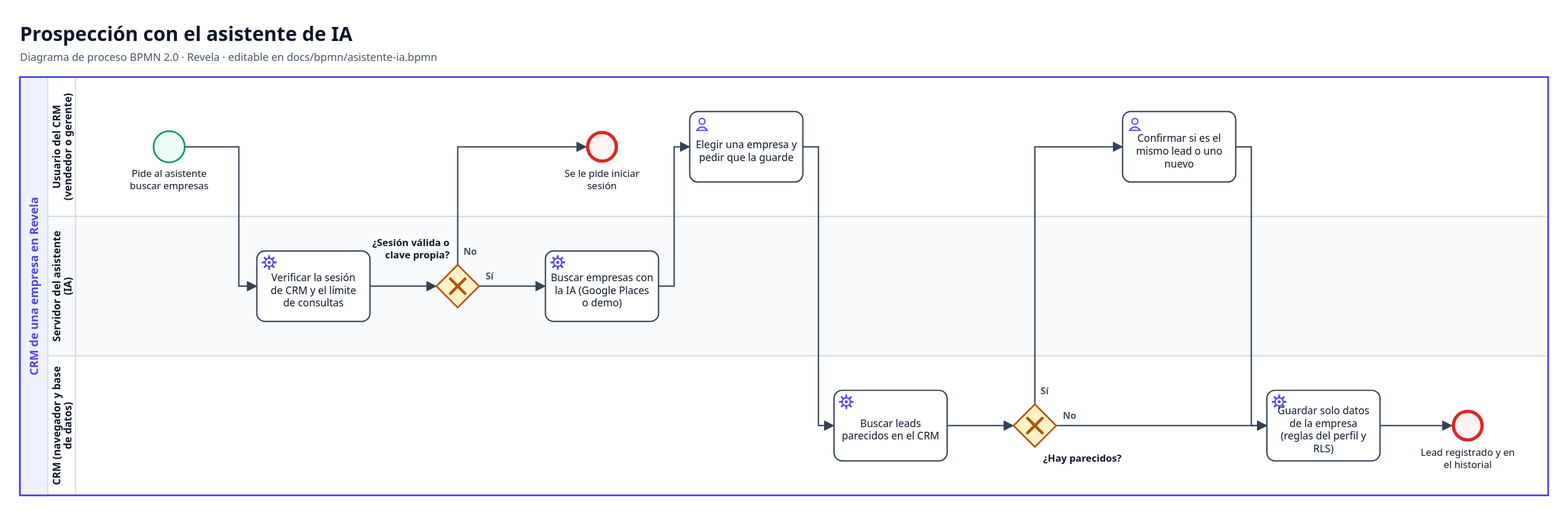
Before: docs/bpmn/asistente-ia.svg, a diagram exported from BPMN (YairCosta/CAPSTONE_003D). Its source is kept beside it as docs/bpmn/asistente-ia.bpmn. Ids are renumbered. Source of this version:
```xml
<bpmn:definitions xmlns:bpmn="http://www.omg.org/spec/BPMN/20100524/MODEL" xmlns:bpmndi="http://www.omg.org/spec/BPMN/20100524/DI" xmlns:dc="http://www.omg.org/spec/DD/20100524/DC" xmlns:di="http://www.omg.org/spec/DD/20100524/DI" xmlns:xsi="http://www.w3.org/2001/XMLSchema-instance" id="Definiciones_asistente-ia" targetNamespace="https://revela.cl/bpmn" exporter="Revela (scripts/generar-bpmn.mjs)" exporterVersion="1.0">
  <bpmn:collaboration id="Colaboracion_asistente-ia">
    <bpmn:documentation>Prospección con el asistente de IA</bpmn:documentation>
    <bpmn:participant id="Participante_asistente-ia" name="CRM de una empresa en Revela" processRef="Proceso_asistente-ia" />
  </bpmn:collaboration>
  <bpmn:process id="Proceso_asistente-ia" name="Prospección con el asistente de IA" isExecutable="false">
    <bpmn:laneSet id="Carriles_asistente-ia">
      <bpmn:lane id="Carril_usuario" name="Usuario del CRM (vendedor o gerente)">
        <bpmn:flowNodeRef>Nodo_pide</bpmn:flowNodeRef>
        <bpmn:flowNodeRef>Nodo_sinSesion</bpmn:flowNodeRef>
        <bpmn:flowNodeRef>Nodo_elegir</bpmn:flowNodeRef>
        <bpmn:flowNodeRef>Nodo_confirmar</bpmn:flowNodeRef>
      </bpmn:lane>
      <bpmn:lane id="Carril_servidor" name="Servidor del asistente (IA)">
        <bpmn:flowNodeRef>Nodo_verificar</bpmn:flowNodeRef>
        <bpmn:flowNodeRef>Nodo_gSesion</bpmn:flowNodeRef>
        <bpmn:flowNodeRef>Nodo_buscar</bpmn:flowNodeRef>
      </bpmn:lane>
      <bpmn:lane id="Carril_crm" name="CRM (navegador y base de datos)">
        <bpmn:flowNodeRef>Nodo_duplicados</bpmn:flowNodeRef>
        <bpmn:flowNodeRef>Nodo_gParecidos</bpmn:flowNodeRef>
        <bpmn:flowNodeRef>Nodo_guardar</bpmn:flowNodeRef>
        <bpmn:flowNodeRef>Nodo_registrado</bpmn:flowNodeRef>
      </bpmn:lane>
    </bpmn:laneSet>
    <bpmn:startEvent id="Nodo_pide" name="Pide al asistente buscar empresas">
      <bpmn:outgoing>Flujo_1</bpmn:outgoing>
    </bpmn:startEvent>
    <bpmn:serviceTask id="Nodo_verificar" name="Verificar la sesión de CRM y el límite de consultas">
      <bpmn:incoming>Flujo_1</bpmn:incoming>
      <bpmn:outgoing>Flujo_2</bpmn:outgoing>
    </bpmn:serviceTask>
    <bpmn:exclusiveGateway id="Nodo_gSesion" name="¿Sesión válida o clave propia?">
      <bpmn:incoming>Flujo_2</bpmn:incoming>
      <bpmn:outgoing>Flujo_3</bpmn:outgoing>
      <bpmn:outgoing>Flujo_4</bpmn:outgoing>
    </bpmn:exclusiveGateway>
    <bpmn:endEvent id="Nodo_sinSesion" name="Se le pide iniciar sesión">
      <bpmn:incoming>Flujo_3</bpmn:incoming>
    </bpmn:endEvent>
    <bpmn:serviceTask id="Nodo_buscar" name="Buscar empresas con la IA (Google Places o demo)">
      <bpmn:incoming>Flujo_4</bpmn:incoming>
      <bpmn:outgoing>Flujo_5</bpmn:outgoing>
    </bpmn:serviceTask>
    <bpmn:userTask id="Nodo_elegir" name="Elegir una empresa y pedir que la guarde">
      <bpmn:incoming>Flujo_5</bpmn:incoming>
      <bpmn:outgoing>Flujo_6</bpmn:outgoing>
    </bpmn:userTask>
    <bpmn:serviceTask id="Nodo_duplicados" name="Buscar leads parecidos en el CRM">
      <bpmn:incoming>Flujo_6</bpmn:incoming>
      <bpmn:outgoing>Flujo_7</bpmn:outgoing>
    </bpmn:serviceTask>
    <bpmn:exclusiveGateway id="Nodo_gParecidos" name="¿Hay parecidos?">
      <bpmn:incoming>Flujo_7</bpmn:incoming>
      <bpmn:outgoing>Flujo_8</bpmn:outgoing>
      <bpmn:outgoing>Flujo_9</bpmn:outgoing>
    </bpmn:exclusiveGateway>
    <bpmn:userTask id="Nodo_confirmar" name="Confirmar si es el mismo lead o uno nuevo">
      <bpmn:incoming>Flujo_8</bpmn:incoming>
      <bpmn:outgoing>Flujo_10</bpmn:outgoing>
    </bpmn:userTask>
    <bpmn:serviceTask id="Nodo_guardar" name="Guardar solo datos de la empresa (reglas del perfil y RLS)">
      <bpmn:incoming>Flujo_9</bpmn:incoming>
      <bpmn:incoming>Flujo_10</bpmn:incoming>
      <bpmn:outgoing>Flujo_11</bpmn:outgoing>
    </bpmn:serviceTask>
    <bpmn:endEvent id="Nodo_registrado" name="Lead registrado y en el historial">
      <bpmn:incoming>Flujo_11</bpmn:incoming>
    </bpmn:endEvent>
    <bpmn:sequenceFlow id="Flujo_1" sourceRef="Nodo_pide" targetRef="Nodo_verificar" />
    <bpmn:sequenceFlow id="Flujo_2" sourceRef="Nodo_verificar" targetRef="Nodo_gSesion" />
    <bpmn:sequenceFlow id="Flujo_3" name="No" sourceRef="Nodo_gSesion" targetRef="Nodo_sinSesion" />
    <bpmn:sequenceFlow id="Flujo_4" name="Sí" sourceRef="Nodo_gSesion" targetRef="Nodo_buscar" />
    <bpmn:sequenceFlow id="Flujo_5" sourceRef="Nodo_buscar" targetRef="Nodo_elegir" />
    <bpmn:sequenceFlow id="Flujo_6" sourceRef="Nodo_elegir" targetRef="Nodo_duplicados" />
    <bpmn:sequenceFlow id="Flujo_7" sourceRef="Nodo_duplicados" targetRef="Nodo_gParecidos" />
    <bpmn:sequenceFlow id="Flujo_8" name="Sí" sourceRef="Nodo_gParecidos" targetRef="Nodo_confirmar" />
    <bpmn:sequenceFlow id="Flujo_9" name="No" sourceRef="Nodo_gParecidos" targetRef="Nodo_guardar" />
    <bpmn:sequenceFlow id="Flujo_10" sourceRef="Nodo_confirmar" targetRef="Nodo_guardar" />
    <bpmn:sequenceFlow id="Flujo_11" sourceRef="Nodo_guardar" targetRef="Nodo_registrado" />
  </bpmn:process>
  <bpmndi:BPMNDiagram id="Diagrama_asistente-ia">
    <bpmndi:BPMNPlane id="Plano_asistente-ia" bpmnElement="Colaboracion_asistente-ia">
      <bpmndi:BPMNShape id="Participante_asistente-ia_di" bpmnElement="Participante_asistente-ia" isHorizontal="true">
        <dc:Bounds x="24" y="94" width="1864" height="510" />
      </bpmndi:BPMNShape>
      <bpmndi:BPMNShape id="Carril_usuario_di" bpmnElement="Carril_usuario" isHorizontal="true">
        <dc:Bounds x="58" y="94" width="1830" height="170" />
      </bpmndi:BPMNShape>
      <bpmndi:BPMNShape id="Carril_servidor_di" bpmnElement="Carril_servidor" isHorizontal="true">
        <dc:Bounds x="58" y="264" width="1830" height="170" />
      </bpmndi:BPMNShape>
      <bpmndi:BPMNShape id="Carril_crm_di" bpmnElement="Carril_crm" isHorizontal="true">
        <dc:Bounds x="58" y="434" width="1830" height="170" />
      </bpmndi:BPMNShape>
      <bpmndi:BPMNShape id="Nodo_pide_di" bpmnElement="Nodo_pide">
        <dc:Bounds x="187" y="160" width="38" height="38" />
        <bpmndi:BPMNLabel><dc:Bounds x="149" y="204" width="114" height="32" /></bpmndi:BPMNLabel>
      </bpmndi:BPMNShape>
      <bpmndi:BPMNShape id="Nodo_verificar_di" bpmnElement="Nodo_verificar">
        <dc:Bounds x="313" y="306" width="138" height="86" />
      </bpmndi:BPMNShape>
      <bpmndi:BPMNShape id="Nodo_gSesion_di" bpmnElement="Nodo_gSesion" isMarkerVisible="true">
        <dc:Bounds x="532" y="323" width="52" height="52" />
        <bpmndi:BPMNLabel><dc:Bounds x="440" y="288" width="108" height="32" /></bpmndi:BPMNLabel>
      </bpmndi:BPMNShape>
      <bpmndi:BPMNShape id="Nodo_sinSesion_di" bpmnElement="Nodo_sinSesion">
        <dc:Bounds x="715" y="160" width="38" height="38" />
        <bpmndi:BPMNLabel><dc:Bounds x="674" y="204" width="121" height="32" /></bpmndi:BPMNLabel>
      </bpmndi:BPMNShape>
      <bpmndi:BPMNShape id="Nodo_buscar_di" bpmnElement="Nodo_buscar">
        <dc:Bounds x="665" y="306" width="138" height="86" />
      </bpmndi:BPMNShape>
      <bpmndi:BPMNShape id="Nodo_elegir_di" bpmnElement="Nodo_elegir">
        <dc:Bounds x="841" y="136" width="138" height="86" />
      </bpmndi:BPMNShape>
      <bpmndi:BPMNShape id="Nodo_duplicados_di" bpmnElement="Nodo_duplicados">
        <dc:Bounds x="1017" y="476" width="138" height="86" />
      </bpmndi:BPMNShape>
      <bpmndi:BPMNShape id="Nodo_gParecidos_di" bpmnElement="Nodo_gParecidos" isMarkerVisible="true">
        <dc:Bounds x="1236" y="493" width="52" height="52" />
        <bpmndi:BPMNLabel><dc:Bounds x="1272" y="551" width="101" height="17" /></bpmndi:BPMNLabel>
      </bpmndi:BPMNShape>
      <bpmndi:BPMNShape id="Nodo_confirmar_di" bpmnElement="Nodo_confirmar">
        <dc:Bounds x="1369" y="136" width="138" height="86" />
      </bpmndi:BPMNShape>
      <bpmndi:BPMNShape id="Nodo_guardar_di" bpmnElement="Nodo_guardar">
        <dc:Bounds x="1545" y="476" width="138" height="86" />
      </bpmndi:BPMNShape>
      <bpmndi:BPMNShape id="Nodo_registrado_di" bpmnElement="Nodo_registrado">
        <dc:Bounds x="1771" y="500" width="38" height="38" />
        <bpmndi:BPMNLabel><dc:Bounds x="1723" y="544" width="134" height="32" /></bpmndi:BPMNLabel>
      </bpmndi:BPMNShape>
      <bpmndi:BPMNEdge id="Flujo_1_di" bpmnElement="Flujo_1">
        <di:waypoint x="225" y="179" />
        <di:waypoint x="291" y="179" />
        <di:waypoint x="291" y="349" />
        <di:waypoint x="313" y="349" />
      </bpmndi:BPMNEdge>
      <bpmndi:BPMNEdge id="Flujo_2_di" bpmnElement="Flujo_2">
        <di:waypoint x="451" y="349" />
        <di:waypoint x="532" y="349" />
      </bpmndi:BPMNEdge>
      <bpmndi:BPMNEdge id="Flujo_3_di" bpmnElement="Flujo_3">
        <di:waypoint x="558" y="323" />
        <di:waypoint x="558" y="179" />
        <di:waypoint x="715" y="179" />
      </bpmndi:BPMNEdge>
      <bpmndi:BPMNEdge id="Flujo_4_di" bpmnElement="Flujo_4">
        <di:waypoint x="584" y="349" />
        <di:waypoint x="665" y="349" />
      </bpmndi:BPMNEdge>
      <bpmndi:BPMNEdge id="Flujo_5_di" bpmnElement="Flujo_5">
        <di:waypoint x="803" y="349" />
        <di:waypoint x="822" y="349" />
        <di:waypoint x="822" y="179" />
        <di:waypoint x="841" y="179" />
      </bpmndi:BPMNEdge>
      <bpmndi:BPMNEdge id="Flujo_6_di" bpmnElement="Flujo_6">
        <di:waypoint x="979" y="179" />
        <di:waypoint x="998" y="179" />
        <di:waypoint x="998" y="519" />
        <di:waypoint x="1017" y="519" />
      </bpmndi:BPMNEdge>
      <bpmndi:BPMNEdge id="Flujo_7_di" bpmnElement="Flujo_7">
        <di:waypoint x="1155" y="519" />
        <di:waypoint x="1236" y="519" />
      </bpmndi:BPMNEdge>
      <bpmndi:BPMNEdge id="Flujo_8_di" bpmnElement="Flujo_8">
        <di:waypoint x="1262" y="493" />
        <di:waypoint x="1262" y="179" />
        <di:waypoint x="1369" y="179" />
      </bpmndi:BPMNEdge>
      <bpmndi:BPMNEdge id="Flujo_9_di" bpmnElement="Flujo_9">
        <di:waypoint x="1288" y="519" />
        <di:waypoint x="1545" y="519" />
      </bpmndi:BPMNEdge>
      <bpmndi:BPMNEdge id="Flujo_10_di" bpmnElement="Flujo_10">
        <di:waypoint x="1507" y="179" />
        <di:waypoint x="1526" y="179" />
        <di:waypoint x="1526" y="519" />
        <di:waypoint x="1545" y="519" />
      </bpmndi:BPMNEdge>
      <bpmndi:BPMNEdge id="Flujo_11_di" bpmnElement="Flujo_11">
        <di:waypoint x="1683" y="519" />
        <di:waypoint x="1771" y="519" />
      </bpmndi:BPMNEdge>
    </bpmndi:BPMNPlane>
  </bpmndi:BPMNDiagram>
</bpmn:definitions>
```
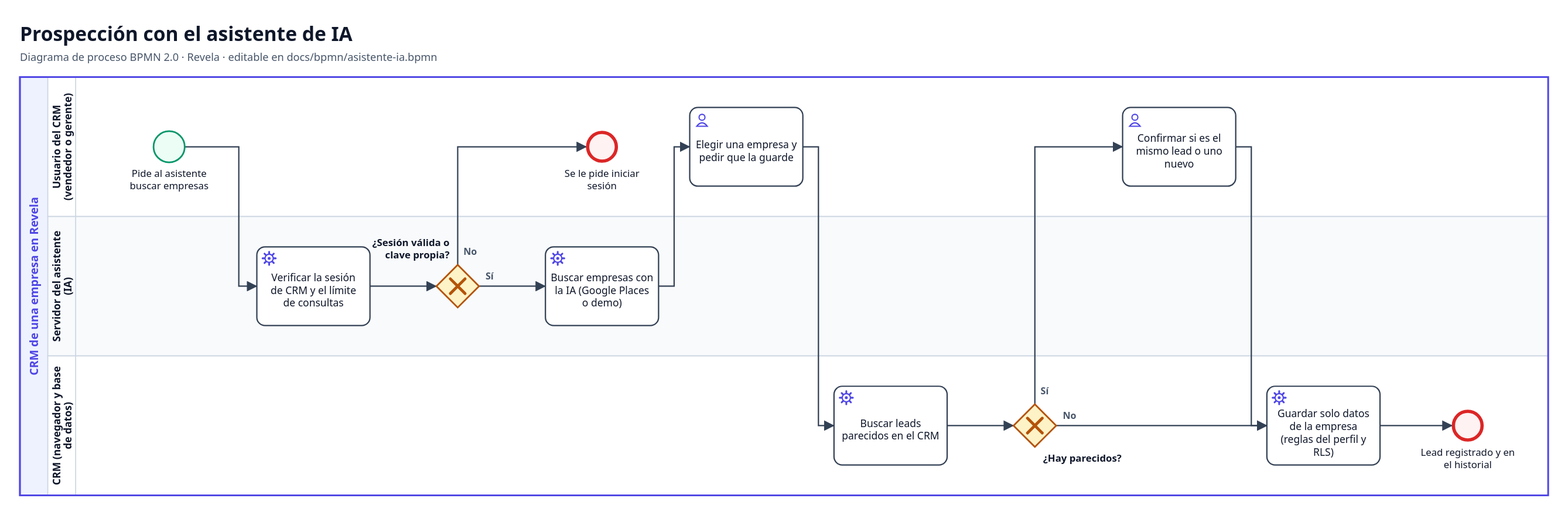
Later version of the same file.

What changed in the source:
```diff
@@ -98,7 +98,7 @@
         <bpmndi:BPMNLabel><dc:Bounds x="149" y="204" width="114" height="32" /></bpmndi:BPMNLabel>
       </bpmndi:BPMNShape>
       <bpmndi:BPMNShape id="Nodo_verificar_di" bpmnElement="Nodo_verificar">
-        <dc:Bounds x="313" y="306" width="138" height="86" />
+        <dc:Bounds x="313" y="301" width="138" height="96" />
       </bpmndi:BPMNShape>
       <bpmndi:BPMNShape id="Nodo_gSesion_di" bpmnElement="Nodo_gSesion" isMarkerVisible="true">
         <dc:Bounds x="532" y="323" width="52" height="52" />
@@ -109,23 +109,23 @@
         <bpmndi:BPMNLabel><dc:Bounds x="674" y="204" width="121" height="32" /></bpmndi:BPMNLabel>
       </bpmndi:BPMNShape>
       <bpmndi:BPMNShape id="Nodo_buscar_di" bpmnElement="Nodo_buscar">
-        <dc:Bounds x="665" y="306" width="138" height="86" />
+        <dc:Bounds x="665" y="301" width="138" height="96" />
       </bpmndi:BPMNShape>
       <bpmndi:BPMNShape id="Nodo_elegir_di" bpmnElement="Nodo_elegir">
-        <dc:Bounds x="841" y="136" width="138" height="86" />
+        <dc:Bounds x="841" y="131" width="138" height="96" />
       </bpmndi:BPMNShape>
       <bpmndi:BPMNShape id="Nodo_duplicados_di" bpmnElement="Nodo_duplicados">
-        <dc:Bounds x="1017" y="476" width="138" height="86" />
+        <dc:Bounds x="1017" y="471" width="138" height="96" />
       </bpmndi:BPMNShape>
       <bpmndi:BPMNShape id="Nodo_gParecidos_di" bpmnElement="Nodo_gParecidos" isMarkerVisible="true">
         <dc:Bounds x="1236" y="493" width="52" height="52" />
         <bpmndi:BPMNLabel><dc:Bounds x="1272" y="551" width="101" height="17" /></bpmndi:BPMNLabel>
       </bpmndi:BPMNShape>
       <bpmndi:BPMNShape id="Nodo_confirmar_di" bpmnElement="Nodo_confirmar">
-        <dc:Bounds x="1369" y="136" width="138" height="86" />
+        <dc:Bounds x="1369" y="131" width="138" height="96" />
       </bpmndi:BPMNShape>
       <bpmndi:BPMNShape id="Nodo_guardar_di" bpmnElement="Nodo_guardar">
-        <dc:Bounds x="1545" y="476" width="138" height="86" />
+        <dc:Bounds x="1545" y="471" width="138" height="96" />
       </bpmndi:BPMNShape>
       <bpmndi:BPMNShape id="Nodo_registrado_di" bpmnElement="Nodo_registrado">
         <dc:Bounds x="1771" y="500" width="38" height="38" />
```
